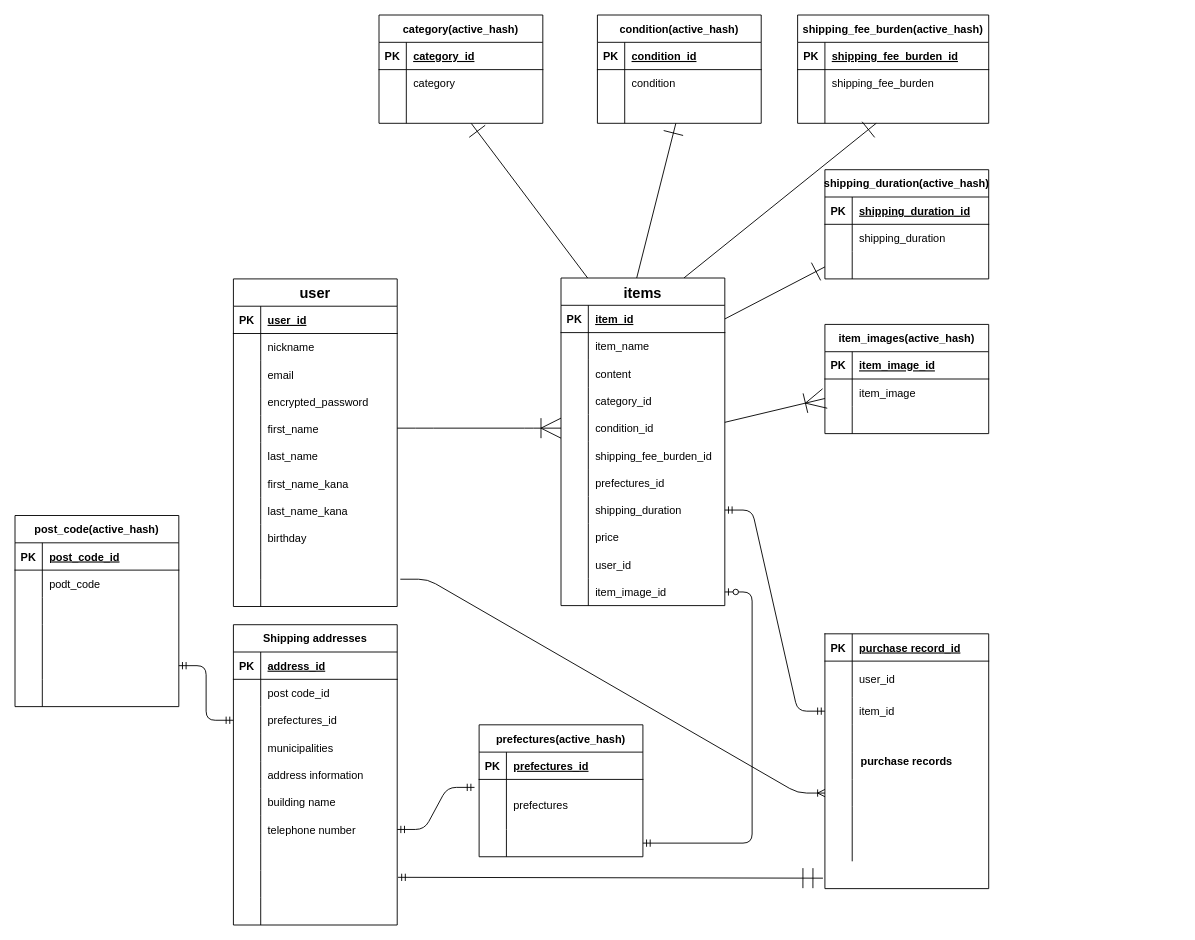
orihal123/furima-39539 keeps this draw.io diagram as furima.dio. Above is the earlier version. Source tidied: cells renumbered, new cells numbered last; positions are measured from the earlier drawing's top-left corner, leaving out a move shared by most shapes. Both pictures are drawn from the tidied source at 91%, with x=0, y=0 at pixel (15, 15).
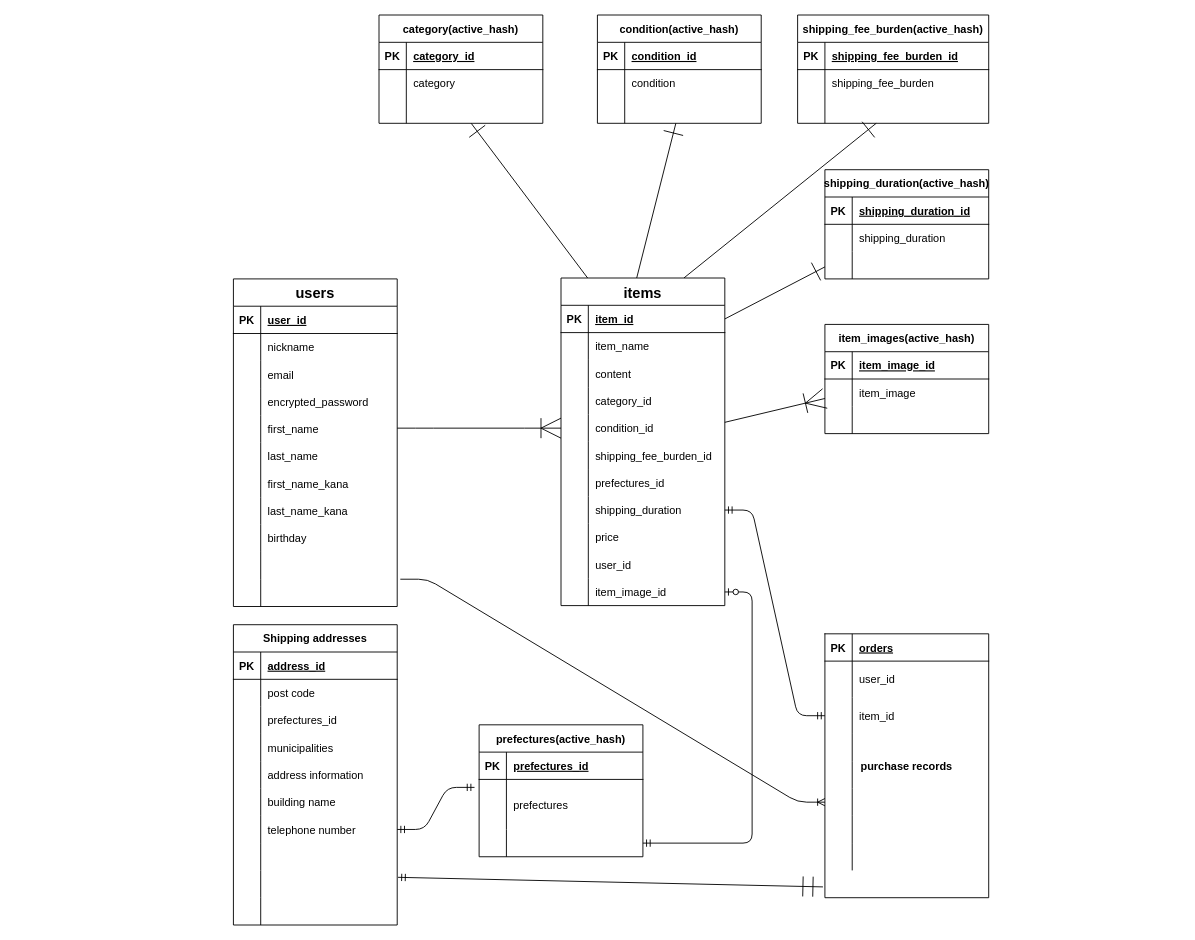
The same diagram, later.

Unchanged cells that the change refers to:
```xml
<mxCell id="37" style="shape=tableRow;horizontal=0;startSize=0;swimlaneHead=0;swimlaneBody=0;fillColor=none;top=0;left=0;right=0;bottom=1;" parent="36" vertex="1">
  <mxGeometry width="180" height="30" as="geometry" />
</mxCell>
<mxCell id="102" style="shape=tableRow;horizontal=0;startSize=0;swimlaneHead=0;swimlaneBody=0;fillColor=none;top=0;left=0;right=0;bottom=0;" parent="98" vertex="1">
  <mxGeometry y="60" width="180" height="30" as="geometry" />
</mxCell>
<mxCell id="105" style="shape=tableRow;horizontal=0;startSize=0;swimlaneHead=0;swimlaneBody=0;fillColor=none;points=[[0,0.5],[1,0.5]];portConstraint=eastwest;top=0;left=0;right=0;bottom=0;" parent="98" vertex="1">
  <mxGeometry y="90" width="180" height="30" as="geometry" />
</mxCell>
```

The edit, as a diff of the source:
```diff
@@
-    <mxCell id="2" value="user" style="shape=table;startSize=30;childLayout=tableLayout;rowLines=0;fontStyle=1;align=center;fontSize=16;" parent="1" vertex="1">
+    <mxCell id="2" value="users" style="shape=table;startSize=30;childLayout=tableLayout;rowLines=0;fontStyle=1;align=center;fontSize=16;" parent="1" vertex="1">
       <mxGeometry x="240" y="290" width="180" height="360" as="geometry" />
     </mxCell>
@@
     <mxCell id="36" value="purchase records" style="shape=table;startSize=0;childLayout=tableLayout;rowLines=0;fontStyle=1;align=center;" parent="1" vertex="1">
-      <mxGeometry x="890" y="680" width="180" height="280" as="geometry" />
+      <mxGeometry x="890" y="680" width="180" height="290" as="geometry" />
     </mxCell>
@@
-    <mxCell id="39" value="purchase record_id" style="shape=partialRectangle;fillColor=none;top=0;left=0;bottom=0;right=0;align=left;spacingLeft=6;fontStyle=5;overflow=hidden;" parent="37" vertex="1">
+    <mxCell id="39" value="orders" style="shape=partialRectangle;fillColor=none;top=0;left=0;bottom=0;right=0;align=left;spacingLeft=6;fontStyle=5;overflow=hidden;" parent="37" vertex="1">
       <mxGeometry x="30" width="150" height="30" as="geometry" />
     </mxCell>
@@
     <mxCell id="43" style="shape=tableRow;horizontal=0;startSize=0;swimlaneHead=0;swimlaneBody=0;fillColor=none;points=[[0,0.5],[1,0.5]];portConstraint=eastwest;top=0;left=0;right=0;bottom=0;" parent="36" vertex="1">
-      <mxGeometry y="70" width="180" height="30" as="geometry" />
+      <mxGeometry y="70" width="180" height="40" as="geometry" />
     </mxCell>
     <mxCell id="44" style="shape=partialRectangle;fillColor=none;top=0;left=0;bottom=0;right=0;overflow=hidden;" parent="43" vertex="1">
-      <mxGeometry width="30" height="30" as="geometry" />
+      <mxGeometry width="30" height="40" as="geometry" />
     </mxCell>
     <mxCell id="45" value="item_id" style="shape=partialRectangle;fillColor=none;top=0;left=0;bottom=0;right=0;align=left;spacingLeft=6;overflow=hidden;" parent="43" vertex="1">
-      <mxGeometry x="30" width="150" height="30" as="geometry" />
+      <mxGeometry x="30" width="150" height="40" as="geometry" />
     </mxCell>
     <mxCell id="46" style="shape=tableRow;horizontal=0;startSize=0;swimlaneHead=0;swimlaneBody=0;fillColor=none;top=0;left=0;right=0;bottom=0;" parent="36" vertex="1">
-      <mxGeometry y="100" width="180" height="30" as="geometry" />
+      <mxGeometry y="110" width="180" height="30" as="geometry" />
     </mxCell>
@@
     <mxCell id="49" style="shape=tableRow;horizontal=0;startSize=0;swimlaneHead=0;swimlaneBody=0;fillColor=none;top=0;left=0;right=0;bottom=0;" parent="36" vertex="1">
-      <mxGeometry y="130" width="180" height="30" as="geometry" />
+      <mxGeometry y="140" width="180" height="30" as="geometry" />
     </mxCell>
@@
     <mxCell id="52" style="shape=tableRow;horizontal=0;startSize=0;swimlaneHead=0;swimlaneBody=0;fillColor=none;points=[[0,0.5],[1,0.5]];portConstraint=eastwest;top=0;left=0;right=0;bottom=0;" parent="36" vertex="1">
-      <mxGeometry y="160" width="180" height="30" as="geometry" />
+      <mxGeometry y="170" width="180" height="30" as="geometry" />
     </mxCell>
@@
     <mxCell id="55" style="shape=tableRow;horizontal=0;startSize=0;swimlaneHead=0;swimlaneBody=0;fillColor=none;top=0;left=0;right=0;bottom=0;" parent="36" vertex="1">
-      <mxGeometry y="190" width="180" height="30" as="geometry" />
+      <mxGeometry y="200" width="180" height="30" as="geometry" />
     </mxCell>
@@
     <mxCell id="58" style="shape=tableRow;horizontal=0;startSize=0;swimlaneHead=0;swimlaneBody=0;fillColor=none;top=0;left=0;right=0;bottom=0;" parent="36" vertex="1">
-      <mxGeometry y="220" width="180" height="30" as="geometry" />
+      <mxGeometry y="230" width="180" height="30" as="geometry" />
     </mxCell>
@@
-    <mxCell id="104" value="post code_id" style="shape=partialRectangle;fillColor=none;top=0;left=0;bottom=0;right=0;align=left;spacingLeft=6;overflow=hidden;" parent="102" vertex="1">
+    <mxCell id="104" value="post code" style="shape=partialRectangle;fillColor=none;top=0;left=0;bottom=0;right=0;align=left;spacingLeft=6;overflow=hidden;" parent="102" vertex="1">
       <mxGeometry x="30" width="150" height="30" as="geometry" />
     </mxCell>
@@
-    <mxCell id="143" value="post_code(active_hash)" style="shape=table;startSize=30;childLayout=tableLayout;rowLines=0;fontStyle=1;align=center;" parent="1" vertex="1">
-      <mxGeometry y="550" width="180" height="210" as="geometry" />
-    </mxCell>
-    <mxCell id="144" style="shape=tableRow;horizontal=0;startSize=0;swimlaneHead=0;swimlaneBody=0;fillColor=none;top=0;left=0;right=0;bottom=1;" parent="143" vertex="1">
-      <mxGeometry y="30" width="180" height="30" as="geometry" />
-    </mxCell>
-    <mxCell id="145" value="PK" style="shape=partialRectangle;fillColor=none;top=0;left=0;bottom=0;right=0;fontStyle=1;overflow=hidden;" parent="144" vertex="1">
-      <mxGeometry width="30" height="30" as="geometry" />
-    </mxCell>
-    <mxCell id="146" value="post_code_id" style="shape=partialRectangle;fillColor=none;top=0;left=0;bottom=0;right=0;align=left;spacingLeft=6;fontStyle=5;overflow=hidden;" parent="144" vertex="1">
-      <mxGeometry x="30" width="150" height="30" as="geometry" />
-    </mxCell>
-    <mxCell id="147" style="shape=tableRow;horizontal=0;startSize=0;swimlaneHead=0;swimlaneBody=0;fillColor=none;top=0;left=0;right=0;bottom=0;" parent="143" vertex="1">
-      <mxGeometry y="60" width="180" height="30" as="geometry" />
-    </mxCell>
-    <mxCell id="148" style="shape=partialRectangle;fillColor=none;top=0;left=0;bottom=0;right=0;overflow=hidden;" parent="147" vertex="1">
-      <mxGeometry width="30" height="30" as="geometry" />
-    </mxCell>
-    <mxCell id="149" value="podt_code" style="shape=partialRectangle;fillColor=none;top=0;left=0;bottom=0;right=0;align=left;spacingLeft=6;overflow=hidden;" parent="147" vertex="1">
-      <mxGeometry x="30" width="150" height="30" as="geometry" />
-    </mxCell>
-    <mxCell id="150" style="shape=tableRow;horizontal=0;startSize=0;swimlaneHead=0;swimlaneBody=0;fillColor=none;top=0;left=0;right=0;bottom=0;" parent="143" vertex="1">
-      <mxGeometry y="90" width="180" height="30" as="geometry" />
-    </mxCell>
-    <mxCell id="151" style="shape=partialRectangle;fillColor=none;top=0;left=0;bottom=0;right=0;overflow=hidden;" parent="150" vertex="1">
-      <mxGeometry width="30" height="30" as="geometry" />
-    </mxCell>
-    <mxCell id="152" style="shape=partialRectangle;fillColor=none;top=0;left=0;bottom=0;right=0;align=left;spacingLeft=6;overflow=hidden;" parent="150" vertex="1">
-      <mxGeometry x="30" width="150" height="30" as="geometry" />
-    </mxCell>
-    <mxCell id="153" style="shape=tableRow;horizontal=0;startSize=0;swimlaneHead=0;swimlaneBody=0;fillColor=none;top=0;left=0;right=0;bottom=0;" parent="143" vertex="1">
-      <mxGeometry y="120" width="180" height="30" as="geometry" />
-    </mxCell>
-    <mxCell id="154" style="shape=partialRectangle;fillColor=none;top=0;left=0;bottom=0;right=0;overflow=hidden;" parent="153" vertex="1">
-      <mxGeometry width="30" height="30" as="geometry" />
-    </mxCell>
-    <mxCell id="155" style="shape=partialRectangle;fillColor=none;top=0;left=0;bottom=0;right=0;align=left;spacingLeft=6;overflow=hidden;" parent="153" vertex="1">
-      <mxGeometry x="30" width="150" height="30" as="geometry" />
-    </mxCell>
-    <mxCell id="156" style="shape=tableRow;horizontal=0;startSize=0;swimlaneHead=0;swimlaneBody=0;fillColor=none;points=[[0,0.5],[1,0.5]];portConstraint=eastwest;top=0;left=0;right=0;bottom=0;" parent="143" vertex="1">
-      <mxGeometry y="150" width="180" height="30" as="geometry" />
-    </mxCell>
-    <mxCell id="157" style="shape=partialRectangle;fillColor=none;top=0;left=0;bottom=0;right=0;overflow=hidden;" parent="156" vertex="1">
-      <mxGeometry width="30" height="30" as="geometry" />
-    </mxCell>
-    <mxCell id="158" style="shape=partialRectangle;fillColor=none;top=0;left=0;bottom=0;right=0;align=left;spacingLeft=6;overflow=hidden;" parent="156" vertex="1">
-      <mxGeometry x="30" width="150" height="30" as="geometry" />
-    </mxCell>
-    <mxCell id="159" style="shape=tableRow;horizontal=0;startSize=0;swimlaneHead=0;swimlaneBody=0;fillColor=none;top=0;left=0;right=0;bottom=0;" parent="143" vertex="1">
-      <mxGeometry y="180" width="180" height="30" as="geometry" />
-    </mxCell>
-    <mxCell id="160" style="shape=partialRectangle;fillColor=none;top=0;left=0;bottom=0;right=0;overflow=hidden;" parent="159" vertex="1">
-      <mxGeometry width="30" height="30" as="geometry" />
-    </mxCell>
-    <mxCell id="161" style="shape=partialRectangle;fillColor=none;top=0;left=0;bottom=0;right=0;align=left;spacingLeft=6;overflow=hidden;" parent="159" vertex="1">
-      <mxGeometry x="30" width="150" height="30" as="geometry" />
-    </mxCell>
@@
-    <mxCell id="172" style="edgeStyle=entityRelationEdgeStyle;fontSize=12;html=1;endArrow=ERmandOne;startArrow=ERmandOne;exitX=0;exitY=0.5;exitDx=0;exitDy=0;entryX=1;entryY=0.5;entryDx=0;entryDy=0;" parent="1" edge="1" source="105" target="156">
-      <mxGeometry relative="1" as="geometry" />
-    </mxCell>
```
